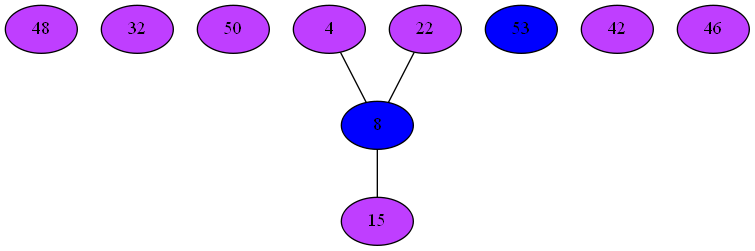
Before: Compiler/9iGraph.png, a diagram exported from Graphviz (mbajaj92/Project-Astoria). Its source is kept beside it as Compiler/9iGraph.dot.
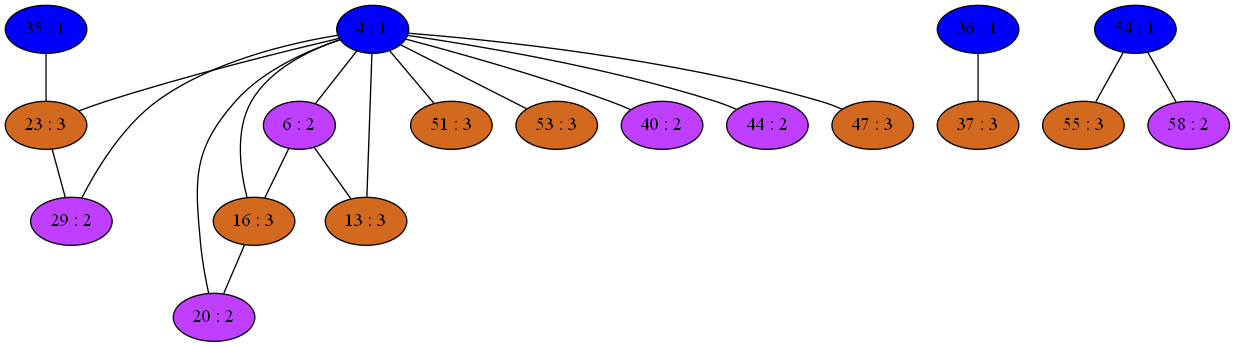
The same file after the commit.

Change to the diagram source:
```diff
@@ -1,18 +1,58 @@
 strict graph {
-48[label="48" style=filled fillcolor="darkorchid1"];
-32[label="32" style=filled fillcolor="darkorchid1"];
-50[label="50" style=filled fillcolor="darkorchid1"];
-4[label="4" style=filled fillcolor="darkorchid1"];
-4 -- 8
-53[label="53" style=filled fillcolor="blue1"];
-22[label="22" style=filled fillcolor="darkorchid1"];
-22 -- 8
-8[label="8" style=filled fillcolor="blue1"];
-8 -- 4
-8 -- 22
-8 -- 15
-42[label="42" style=filled fillcolor="darkorchid1"];
-46[label="46" style=filled fillcolor="darkorchid1"];
-15[label="15" style=filled fillcolor="darkorchid1"];
-15 -- 8
+35[label="35 : 1" style=filled fillcolor="blue1"];
+35 -- 23
+4[label="4 : 1" style=filled fillcolor="blue1"];
+4 -- 16
+4 -- 51
+4 -- 20
+4 -- 53
+4 -- 6
+4 -- 23
+4 -- 40
+4 -- 44
+4 -- 29
+4 -- 13
+4 -- 47
+36[label="36 : 1" style=filled fillcolor="blue1"];
+36 -- 37
+37[label="37 : 3" style=filled fillcolor="chocolate"];
+37 -- 36
+6[label="6 : 2" style=filled fillcolor="darkorchid1"];
+6 -- 16
+6 -- 4
+6 -- 13
+40[label="40 : 2" style=filled fillcolor="darkorchid1"];
+40 -- 4
+44[label="44 : 2" style=filled fillcolor="darkorchid1"];
+44 -- 4
+13[label="13 : 3" style=filled fillcolor="chocolate"];
+13 -- 4
+13 -- 6
+47[label="47 : 3" style=filled fillcolor="chocolate"];
+47 -- 4
+16[label="16 : 3" style=filled fillcolor="chocolate"];
+16 -- 20
+16 -- 4
+16 -- 6
+51[label="51 : 3" style=filled fillcolor="chocolate"];
+51 -- 4
+20[label="20 : 2" style=filled fillcolor="darkorchid1"];
+20 -- 16
+20 -- 4
+53[label="53 : 3" style=filled fillcolor="chocolate"];
+53 -- 4
+54[label="54 : 1" style=filled fillcolor="blue1"];
+54 -- 55
+54 -- 58
+55[label="55 : 3" style=filled fillcolor="chocolate"];
+55 -- 54
+23[label="23 : 3" style=filled fillcolor="chocolate"];
+23 -- 35
+23 -- 4
+23 -- 29
+58[label="58 : 2" style=filled fillcolor="darkorchid1"];
+58 -- 54
+29[label="29 : 2" style=filled fillcolor="darkorchid1"];
+29 -- 4
+29 -- 23
 }
```
